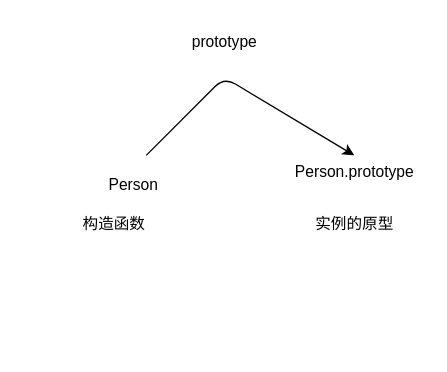
The draw.io diagram 严肃学习最强课/1.dio in xizhilanre/Relearning_Front-End_Development, before the edit. Source tidied: cells renumbered, new cells numbered last; positions are measured from the earlier drawing's top-left corner, leaving out a move shared by most shapes. Both pictures are drawn from the tidied source at 130%, with x=0, y=0 at pixel (68, 22).
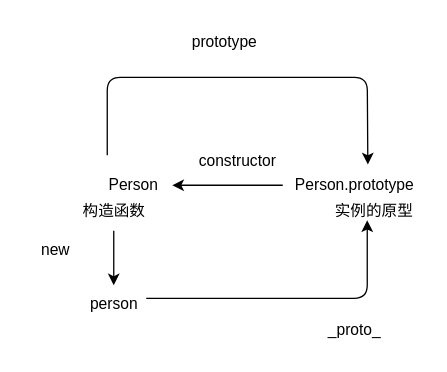
After the change.

Diff of the diagram source:
```diff
@@
 <mxGraphModel>
   <root>
     <mxCell id="0" />
     <mxCell id="1" parent="0" />
-    <mxCell id="2" style="edgeStyle=none;html=1;" parent="1" edge="1">
+    <mxCell id="2" style="edgeStyle=none;html=1;entryX=0.595;entryY=-0.033;entryDx=0;entryDy=0;entryPerimeter=0;" parent="1" edge="1" target="4">
       <mxGeometry relative="1" as="geometry">
-        <mxPoint x="60" y="102" as="sourcePoint" />
-        <mxPoint x="220" y="102" as="targetPoint" />
+        <mxPoint x="30" y="102" as="sourcePoint" />
         <Array as="points">
+          <mxPoint x="30" y="42" />
           <mxPoint x="120" y="42" />
+          <mxPoint x="230" y="42" />
         </Array>
       </mxGeometry>
     </mxCell>
     <mxCell id="3" value="prototype" style="text;html=1;align=center;verticalAlign=middle;strokeColor=none;fillColor=none;" parent="1" vertex="1">
       <mxGeometry x="85" width="70" height="30" as="geometry" />
     </mxCell>
+    <mxCell id="8" style="edgeStyle=none;html=1;" parent="1" edge="1" source="4" target="5">
+      <mxGeometry relative="1" as="geometry" />
+    </mxCell>
     <mxCell id="4" value="Person.prototype" style="text;html=1;align=center;verticalAlign=middle;points=[];strokeColor=none;fillColor=none;" parent="1" vertex="1">
-      <mxGeometry x="165" y="100" width="110" height="30" as="geometry" />
+      <mxGeometry x="165" y="110" width="110" height="30" as="geometry" />
     </mxCell>
     <mxCell id="5" value="Person" style="text;html=1;align=center;verticalAlign=middle;points=[];strokeColor=none;fillColor=none;" parent="1" vertex="1">
       <mxGeometry x="20" y="110" width="60" height="30" as="geometry" />
     </mxCell>
+    <mxCell id="9" style="edgeStyle=none;html=1;" parent="1" edge="1" source="6" target="10">
+      <mxGeometry relative="1" as="geometry" />
+    </mxCell>
     <mxCell id="6" value="构造函数" style="text;html=1;align=center;verticalAlign=middle;points=[];strokeColor=none;fillColor=none;" parent="1" vertex="1">
-      <mxGeometry y="140" width="70" height="30" as="geometry" />
+      <mxGeometry y="130" width="70" height="30" as="geometry" />
     </mxCell>
     <mxCell id="7" value="实例的原型" style="text;html=1;align=center;verticalAlign=middle;strokeColor=none;fillColor=none;" parent="1" vertex="1">
-      <mxGeometry x="180" y="140" width="80" height="30" as="geometry" />
+      <mxGeometry x="195" y="130" width="80" height="30" as="geometry" />
     </mxCell>
+    <mxCell id="10" value="person" style="text;html=1;align=center;verticalAlign=middle;points=[];strokeColor=none;fillColor=none;" parent="1" vertex="1">
+      <mxGeometry x="5" y="202" width="60" height="30" as="geometry" />
+    </mxCell>
+    <mxCell id="11" value="new" style="text;html=1;align=center;verticalAlign=middle;strokeColor=none;fillColor=none;" parent="1" vertex="1">
+      <mxGeometry x="-35" y="160" width="50" height="30" as="geometry" />
+    </mxCell>
+    <mxCell id="12" style="edgeStyle=none;html=1;" parent="1" edge="1">
+      <mxGeometry relative="1" as="geometry">
+        <mxPoint x="60" y="212" as="sourcePoint" />
+        <mxPoint x="230" y="152" as="targetPoint" />
+        <Array as="points">
+          <mxPoint x="230" y="212" />
+        </Array>
+      </mxGeometry>
+    </mxCell>
+    <mxCell id="13" value="_proto_" style="text;html=1;align=center;verticalAlign=middle;strokeColor=none;fillColor=none;" parent="1" vertex="1">
+      <mxGeometry x="190" y="222" width="60" height="30" as="geometry" />
+    </mxCell>
+    <mxCell id="14" value="constructor" style="text;html=1;align=center;verticalAlign=middle;strokeColor=none;fillColor=none;" parent="1" vertex="1">
+      <mxGeometry x="90" y="92" width="80" height="30" as="geometry" />
+    </mxCell>
   </root>
 </mxGraphModel>
```
